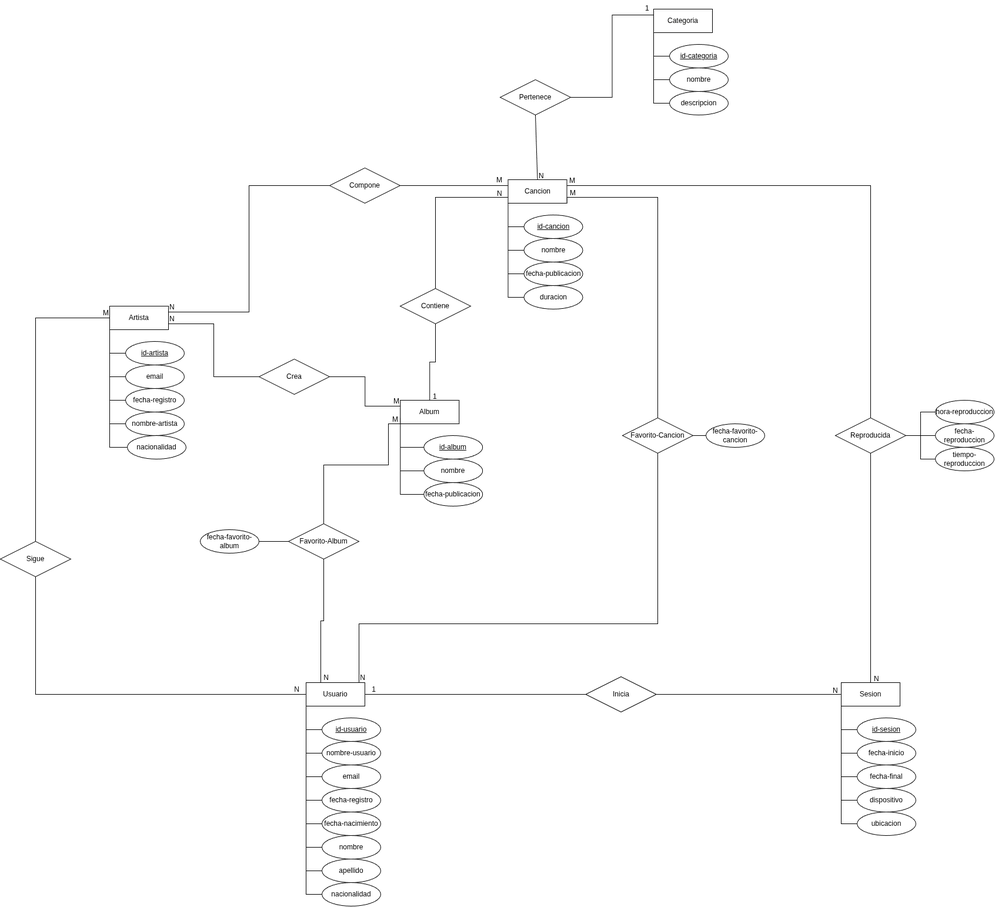
Earlier version of the draw.io export modelado-conceptual/diagrama-plataforma-streaming.drawio.png (JoelErHu/IFSPP-BD). Source tidied: cells renumbered, new cells last; positions are measured from the earlier drawing's top-left corner, leaving out a move shared by most shapes.
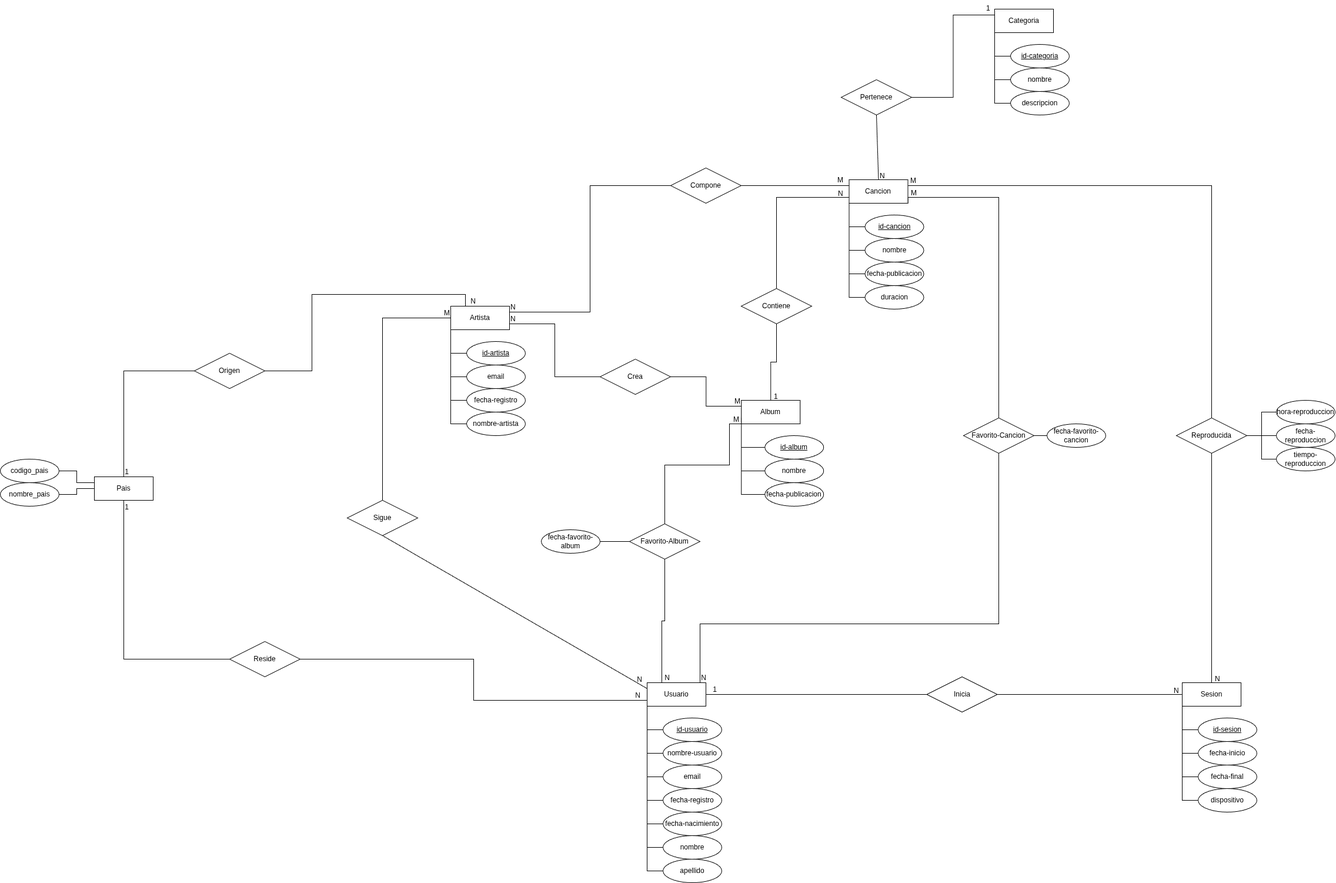
The same diagram one commit later.

Diff of the diagram source:
```diff
@@ -11,9 +11,6 @@
     <mxCell id="4" style="edgeStyle=orthogonalEdgeStyle;rounded=0;jettySize=auto;html=1;exitX=0;exitY=1;exitDx=0;exitDy=0;entryX=0;entryY=0.5;entryDx=0;entryDy=0;fontSize=12;startSize=8;endSize=8;endArrow=none;endFill=0;" parent="1" edge="1" source="7" target="16">
       <mxGeometry x="0.01" relative="1" as="geometry" />
     </mxCell>
-    <mxCell id="5" style="edgeStyle=orthogonalEdgeStyle;rounded=0;jettySize=auto;html=1;exitX=0;exitY=1;exitDx=0;exitDy=0;entryX=0;entryY=0.5;entryDx=0;entryDy=0;fontSize=12;startSize=8;endSize=8;endArrow=none;endFill=0;" parent="1" edge="1" source="7" target="17">
-      <mxGeometry relative="1" as="geometry" />
-    </mxCell>
     <mxCell id="6" style="edgeStyle=orthogonalEdgeStyle;rounded=0;jettySize=auto;html=1;exitX=0;exitY=1;exitDx=0;exitDy=0;entryX=0;entryY=0.5;entryDx=0;entryDy=0;fontSize=12;startSize=8;endSize=8;endArrow=none;endFill=0;" parent="1" edge="1" source="7" target="21">
       <mxGeometry x="0.01" relative="1" as="geometry" />
     </mxCell>
@@ -53,9 +50,6 @@
     <mxCell id="16" value="dispositivo" style="ellipse;whiteSpace=wrap;html=1;align=center;" parent="1" vertex="1">
       <mxGeometry x="1457" y="1340" width="100" height="40" as="geometry" />
     </mxCell>
-    <mxCell id="17" value="ubicacion" style="ellipse;whiteSpace=wrap;html=1;align=center;" parent="1" vertex="1">
-      <mxGeometry x="1457" y="1380" width="100" height="40" as="geometry" />
-    </mxCell>
     <mxCell id="18" value="fecha-publicacion" style="ellipse;whiteSpace=wrap;html=1;align=center;" parent="1" vertex="1">
       <mxGeometry x="720.2" y="820" width="100" height="40" as="geometry" />
     </mxCell>
@@ -86,9 +80,6 @@
     <mxCell id="27" style="edgeStyle=orthogonalEdgeStyle;curved=0;rounded=0;jettySize=auto;html=1;exitX=0;exitY=1;exitDx=0;exitDy=0;entryX=0;entryY=0.5;entryDx=0;entryDy=0;fontSize=12;startSize=8;endSize=8;endArrow=none;endFill=0;" parent="1" edge="1" source="33" target="39">
       <mxGeometry relative="1" as="geometry" />
     </mxCell>
-    <mxCell id="28" style="edgeStyle=orthogonalEdgeStyle;curved=0;rounded=0;jettySize=auto;html=1;exitX=0;exitY=1;exitDx=0;exitDy=0;entryX=0;entryY=0.5;entryDx=0;entryDy=0;fontSize=12;startSize=8;endSize=8;endArrow=none;endFill=0;" parent="1" edge="1" source="33" target="40">
-      <mxGeometry relative="1" as="geometry" />
-    </mxCell>
     <mxCell id="29" style="edgeStyle=orthogonalEdgeStyle;rounded=0;jettySize=auto;html=1;exitX=1;exitY=0.5;exitDx=0;exitDy=0;entryX=0;entryY=0.5;entryDx=0;entryDy=0;fontSize=12;startSize=8;endSize=8;endArrow=none;endFill=0;" parent="1" edge="1" source="33" target="96">
       <mxGeometry x="-0.02" relative="1" as="geometry" />
     </mxCell>
@@ -128,9 +119,6 @@
     <mxCell id="39" value="apellido" style="ellipse;whiteSpace=wrap;html=1;align=center;" parent="1" vertex="1">
       <mxGeometry x="547" y="1460" width="100" height="40" as="geometry" />
     </mxCell>
-    <mxCell id="40" value="nacionalidad" style="ellipse;whiteSpace=wrap;html=1;align=center;" parent="1" vertex="1">
-      <mxGeometry x="547" y="1500" width="100" height="40" as="geometry" />
-    </mxCell>
     <mxCell id="41" style="edgeStyle=orthogonalEdgeStyle;rounded=0;jettySize=auto;html=1;exitX=0;exitY=1;exitDx=0;exitDy=0;entryX=0;entryY=0.5;entryDx=0;entryDy=0;fontSize=12;startSize=8;endSize=8;endArrow=none;endFill=0;" parent="1" edge="1" source="46" target="48">
       <mxGeometry x="0.01" relative="1" as="geometry" />
     </mxCell>
@@ -143,9 +131,6 @@
     <mxCell id="44" style="edgeStyle=orthogonalEdgeStyle;rounded=0;jettySize=auto;html=1;exitX=0;exitY=1;exitDx=0;exitDy=0;entryX=0;entryY=0.5;entryDx=0;entryDy=0;fontSize=12;startSize=8;endSize=8;endArrow=none;endFill=0;" parent="1" edge="1" source="46" target="50">
       <mxGeometry x="0.01" relative="1" as="geometry" />
     </mxCell>
-    <mxCell id="45" style="edgeStyle=orthogonalEdgeStyle;rounded=0;jettySize=auto;html=1;exitX=0;exitY=1;exitDx=0;exitDy=0;entryX=0;entryY=0.5;entryDx=0;entryDy=0;fontSize=12;startSize=8;endSize=8;endArrow=none;endFill=0;" parent="1" edge="1" source="46" target="102">
-      <mxGeometry relative="1" as="geometry" />
-    </mxCell>
     <mxCell id="46" value="Artista" style="whiteSpace=wrap;html=1;align=center;" parent="1" vertex="1">
       <mxGeometry x="186" y="520" width="100" height="40" as="geometry" />
     </mxCell>
@@ -262,11 +247,11 @@
         <mxPoint x="121" as="offset" />
       </mxGeometry>
     </mxCell>
-    <mxCell id="82" style="edgeStyle=orthogonalEdgeStyle;curved=0;rounded=0;jettySize=auto;html=1;exitX=0.5;exitY=1;exitDx=0;exitDy=0;entryX=0;entryY=0.5;entryDx=0;entryDy=0;fontSize=12;startSize=8;endSize=8;endArrow=none;endFill=0;" parent="1" edge="1" source="83" target="33">
+    <mxCell id="82" style="rounded=0;jettySize=auto;html=1;exitX=0.5;exitY=1;exitDx=0;exitDy=0;entryX=0;entryY=0.25;entryDx=0;entryDy=0;fontSize=12;startSize=8;endSize=8;endArrow=none;endFill=0;curved=1;curveGeometry=1;" parent="1" edge="1" source="83" target="33">
       <mxGeometry relative="1" as="geometry" />
     </mxCell>
     <mxCell id="83" value="Sigue" style="shape=rhombus;perimeter=rhombusPerimeter;whiteSpace=wrap;html=1;align=center;" parent="1" vertex="1">
-      <mxGeometry y="920" width="120" height="60" as="geometry" />
+      <mxGeometry x="10" y="850" width="120" height="60" as="geometry" />
     </mxCell>
     <mxCell id="84" style="endArrow=none;html=1;rounded=0;fontSize=12;startSize=8;endSize=8;exitX=0.5;exitY=0;exitDx=0;exitDy=0;entryX=0;entryY=0.5;entryDx=0;entryDy=0;edgeStyle=orthogonalEdgeStyle;" parent="1" edge="1" source="83" target="46">
       <mxGeometry relative="1" as="geometry" />
@@ -276,7 +261,7 @@
     </mxCell>
     <mxCell id="86" value="N" style="html=1;whiteSpace=wrap;align=right;verticalAlign=bottom;" parent="84" vertex="1">
       <mxGeometry x="1" relative="1" as="geometry">
-        <mxPoint x="324" y="640" as="offset" />
+        <mxPoint x="327" y="623" as="offset" />
       </mxGeometry>
     </mxCell>
     <mxCell id="87" value="1" style="html=1;whiteSpace=wrap;align=right;verticalAlign=bottom;" parent="84" vertex="1">
@@ -304,6 +289,26 @@
         <mxPoint x="794" y="-204" as="offset" />
       </mxGeometry>
     </mxCell>
+    <mxCell id="119" value="N" style="html=1;whiteSpace=wrap;align=right;verticalAlign=bottom;" parent="84" vertex="1">
+      <mxGeometry x="1" relative="1" as="geometry">
+        <mxPoint x="324" y="650" as="offset" />
+      </mxGeometry>
+    </mxCell>
+    <mxCell id="120" value="1" style="html=1;whiteSpace=wrap;align=right;verticalAlign=bottom;" parent="84" vertex="1">
+      <mxGeometry x="1" relative="1" as="geometry">
+        <mxPoint x="-546" y="330" as="offset" />
+      </mxGeometry>
+    </mxCell>
+    <mxCell id="121" value="1" style="html=1;whiteSpace=wrap;align=right;verticalAlign=bottom;" parent="84" vertex="1">
+      <mxGeometry x="1" relative="1" as="geometry">
+        <mxPoint x="-546" y="270" as="offset" />
+      </mxGeometry>
+    </mxCell>
+    <mxCell id="122" value="N" style="html=1;whiteSpace=wrap;align=right;verticalAlign=bottom;" parent="84" vertex="1">
+      <mxGeometry x="1" relative="1" as="geometry">
+        <mxPoint x="44" y="-20" as="offset" />
+      </mxGeometry>
+    </mxCell>
     <mxCell id="92" value="Pertenece" style="shape=rhombus;perimeter=rhombusPerimeter;whiteSpace=wrap;html=1;align=center;" parent="1" vertex="1">
       <mxGeometry x="850" y="135" width="120" height="60" as="geometry" />
     </mxCell>
@@ -334,9 +339,6 @@
     <mxCell id="101" value="Reproducida" style="shape=rhombus;perimeter=rhombusPerimeter;whiteSpace=wrap;html=1;align=center;" parent="1" vertex="1">
       <mxGeometry x="1420" y="710" width="120" height="60" as="geometry" />
     </mxCell>
-    <mxCell id="102" value="nacionalidad" style="ellipse;whiteSpace=wrap;html=1;align=center;" parent="1" vertex="1">
-      <mxGeometry x="216" y="740" width="100" height="40" as="geometry" />
-    </mxCell>
     <mxCell id="103" value="tiempo-reproduccion" style="ellipse;whiteSpace=wrap;html=1;align=center;" parent="1" vertex="1">
       <mxGeometry x="1590" y="760" width="100" height="40" as="geometry" />
     </mxCell>
@@ -385,5 +387,44 @@
     <mxCell id="118" value="hora-reproduccion" style="ellipse;whiteSpace=wrap;html=1;align=center;" parent="1" vertex="1">
       <mxGeometry x="1590" y="680" width="100" height="40" as="geometry" />
     </mxCell>
+    <mxCell id="123" style="edgeStyle=orthogonalEdgeStyle;rounded=0;jettySize=auto;html=1;exitX=0;exitY=0.25;exitDx=0;exitDy=0;entryX=1;entryY=0.5;entryDx=0;entryDy=0;endArrow=none;endFill=0;" parent="1" edge="1" source="127" target="129">
+      <mxGeometry relative="1" as="geometry" />
+    </mxCell>
+    <mxCell id="124" style="edgeStyle=orthogonalEdgeStyle;rounded=0;jettySize=auto;html=1;exitX=0;exitY=0.5;exitDx=0;exitDy=0;entryX=1;entryY=0.5;entryDx=0;entryDy=0;endArrow=none;endFill=0;" parent="1" edge="1" source="127" target="128">
+      <mxGeometry relative="1" as="geometry" />
+    </mxCell>
+    <mxCell id="125" style="edgeStyle=orthogonalEdgeStyle;rounded=0;jettySize=auto;html=1;exitX=0.5;exitY=0;exitDx=0;exitDy=0;entryX=0;entryY=0.5;entryDx=0;entryDy=0;endArrow=none;endFill=0;" parent="1" edge="1" source="127" target="133">
+      <mxGeometry relative="1" as="geometry" />
+    </mxCell>
+    <mxCell id="126" style="edgeStyle=orthogonalEdgeStyle;rounded=0;jettySize=auto;html=1;exitX=0.5;exitY=1;exitDx=0;exitDy=0;entryX=0;entryY=0.5;entryDx=0;entryDy=0;endArrow=none;endFill=0;" parent="1" edge="1" source="127" target="131">
+      <mxGeometry relative="1" as="geometry" />
+    </mxCell>
+    <mxCell id="127" value="Pais" style="whiteSpace=wrap;html=1;align=center;" parent="1" vertex="1">
+      <mxGeometry x="-420" y="810" width="100" height="40" as="geometry" />
+    </mxCell>
+    <mxCell id="128" value="nombre_pais" style="ellipse;whiteSpace=wrap;html=1;align=center;" parent="1" vertex="1">
+      <mxGeometry x="-580" y="820" width="100" height="40" as="geometry" />
+    </mxCell>
+    <mxCell id="129" value="codigo_pais" style="ellipse;whiteSpace=wrap;html=1;align=center;" parent="1" vertex="1">
+      <mxGeometry x="-580" y="780" width="100" height="40" as="geometry" />
+    </mxCell>
+    <mxCell id="130" style="edgeStyle=orthogonalEdgeStyle;rounded=0;jettySize=auto;html=1;exitX=1;exitY=0.5;exitDx=0;exitDy=0;entryX=0;entryY=0.75;entryDx=0;entryDy=0;endArrow=none;endFill=0;" parent="1" edge="1" source="131" target="33">
+      <mxGeometry relative="1" as="geometry" />
+    </mxCell>
+    <mxCell id="131" value="Reside" style="shape=rhombus;perimeter=rhombusPerimeter;whiteSpace=wrap;html=1;align=center;" parent="1" vertex="1">
+      <mxGeometry x="-190" y="1090" width="120" height="60" as="geometry" />
+    </mxCell>
+    <mxCell id="132" style="edgeStyle=orthogonalEdgeStyle;rounded=0;jettySize=auto;html=1;exitX=1;exitY=0.5;exitDx=0;exitDy=0;entryX=0.25;entryY=0;entryDx=0;entryDy=0;endArrow=none;endFill=0;" parent="1" edge="1" source="133" target="46">
+      <mxGeometry relative="1" as="geometry">
+        <Array as="points">
+          <mxPoint x="-50" y="630" />
+          <mxPoint x="-50" y="500" />
+          <mxPoint x="211" y="500" />
+        </Array>
+      </mxGeometry>
+    </mxCell>
+    <mxCell id="133" value="Origen" style="shape=rhombus;perimeter=rhombusPerimeter;whiteSpace=wrap;html=1;align=center;" parent="1" vertex="1">
+      <mxGeometry x="-250" y="600" width="120" height="60" as="geometry" />
+    </mxCell>
   </root>
 </mxGraphModel>
```
